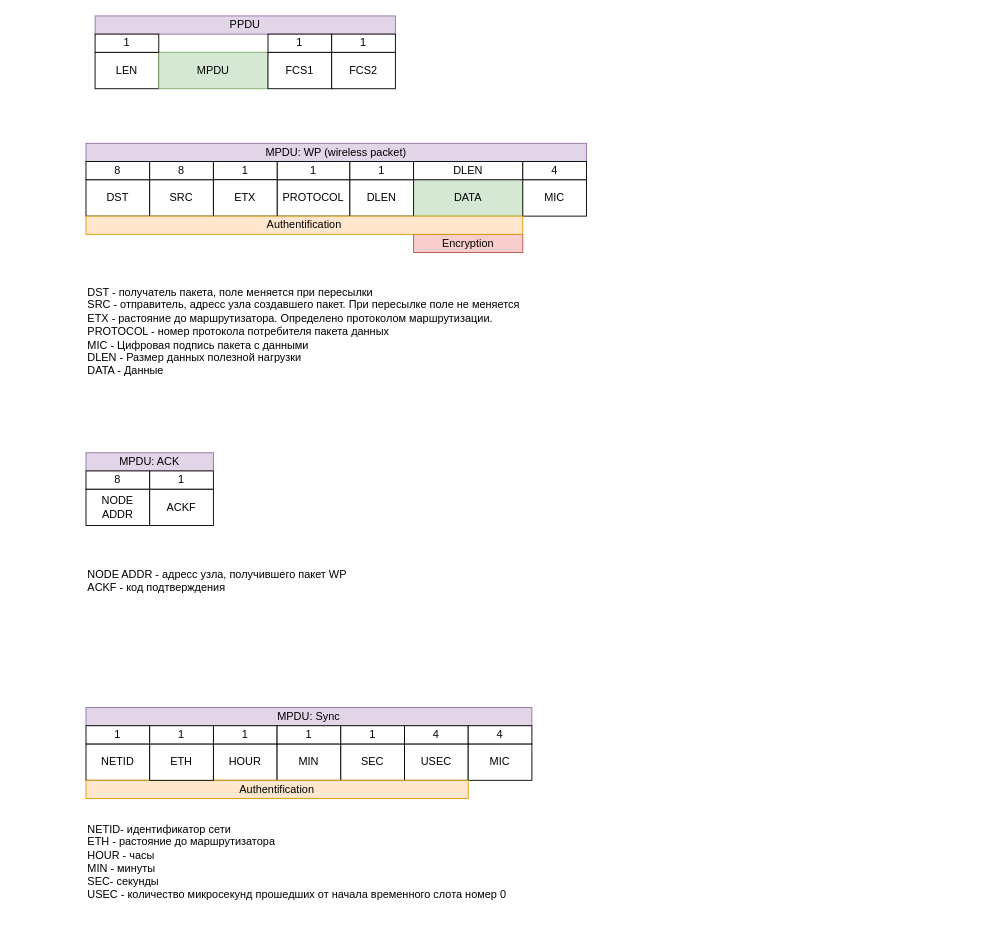
This is page "Packet" (1 of 2) of documentation/protocol/network frames.drawio from saurex83/WMNU, a draw.io file, before an edit. Source tidied: cells renumbered, new cells numbered last; positions are measured from the earlier drawing's top-left corner, leaving out a move shared by most shapes. Both pictures are drawn from the tidied source at 91%, with x=0, y=0 at pixel (86, 15).
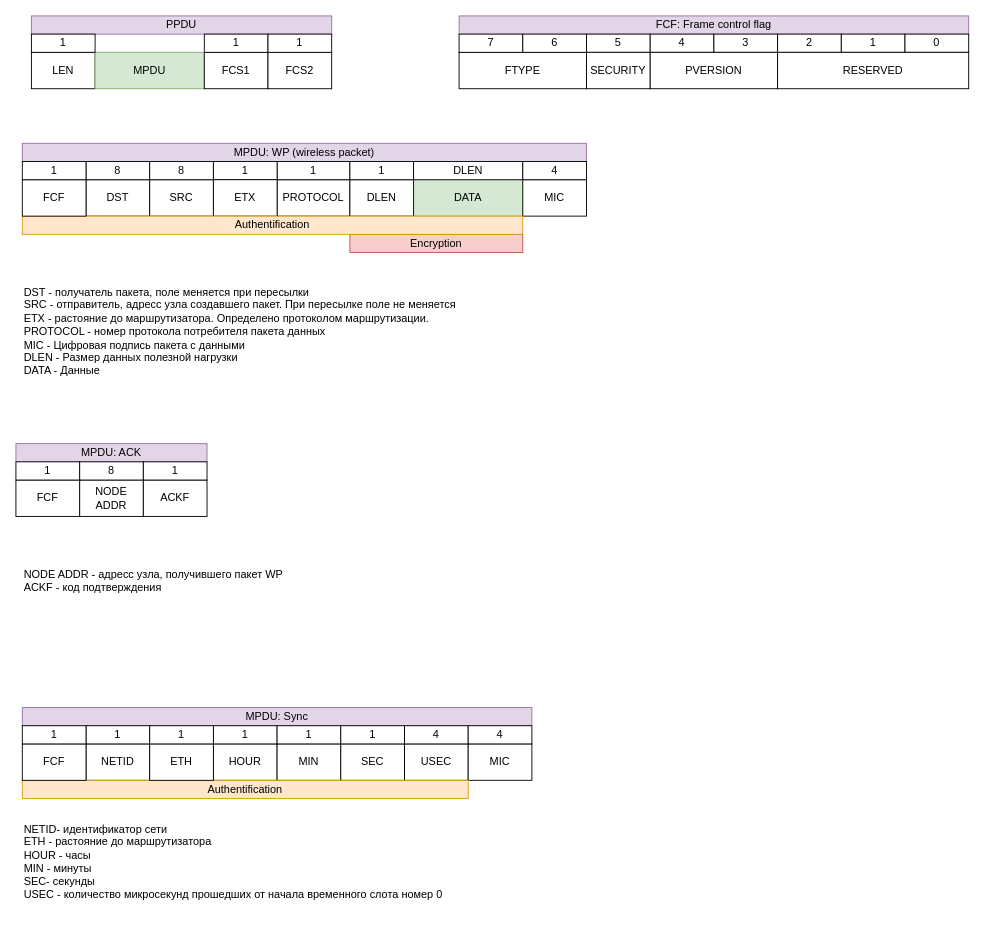
After the change.

The edit, as a diff of the source:
```diff
@@
     <mxCell id="2" value="LEN" style="rounded=0;whiteSpace=wrap;html=1;" parent="1" vertex="1">
-      <mxGeometry x="10" y="40" width="70" height="40" as="geometry" />
+      <mxGeometry x="-60" y="40" width="70" height="40" as="geometry" />
     </mxCell>
     <mxCell id="3" value="MPDU" style="rounded=0;whiteSpace=wrap;html=1;fillColor=#d5e8d4;strokeColor=#82b366;" parent="1" vertex="1">
-      <mxGeometry x="80" y="40" width="120" height="40" as="geometry" />
+      <mxGeometry x="10" y="40" width="120" height="40" as="geometry" />
     </mxCell>
     <mxCell id="4" value="FCS1" style="rounded=0;whiteSpace=wrap;html=1;" parent="1" vertex="1">
-      <mxGeometry x="200" y="40" width="70" height="40" as="geometry" />
+      <mxGeometry x="130" y="40" width="70" height="40" as="geometry" />
     </mxCell>
     <mxCell id="5" value="FCS2" style="rounded=0;whiteSpace=wrap;html=1;" parent="1" vertex="1">
-      <mxGeometry x="270" y="40" width="70" height="40" as="geometry" />
+      <mxGeometry x="200" y="40" width="70" height="40" as="geometry" />
     </mxCell>
     <mxCell id="6" value="PPDU" style="rounded=0;whiteSpace=wrap;html=1;fillColor=#e1d5e7;strokeColor=#9673a6;" parent="1" vertex="1">
-      <mxGeometry x="10" width="330" height="20" as="geometry" />
+      <mxGeometry x="-60" width="330" height="20" as="geometry" />
     </mxCell>
@@
     <mxCell id="11" value="MPDU: WP (wireless packet)" style="rounded=0;whiteSpace=wrap;html=1;fillColor=#e1d5e7;strokeColor=#9673a6;" parent="1" vertex="1">
-      <mxGeometry y="140" width="550" height="20" as="geometry" />
+      <mxGeometry x="-70" y="140" width="620" height="20" as="geometry" />
     </mxCell>
     <mxCell id="12" value="1" style="rounded=0;whiteSpace=wrap;html=1;" parent="1" vertex="1">
-      <mxGeometry x="10" y="20" width="70" height="20" as="geometry" />
+      <mxGeometry x="-60" y="20" width="70" height="20" as="geometry" />
     </mxCell>
     <mxCell id="13" value="1" style="rounded=0;whiteSpace=wrap;html=1;" parent="1" vertex="1">
-      <mxGeometry x="200" y="20" width="70" height="20" as="geometry" />
+      <mxGeometry x="130" y="20" width="70" height="20" as="geometry" />
     </mxCell>
     <mxCell id="14" value="1" style="rounded=0;whiteSpace=wrap;html=1;" parent="1" vertex="1">
-      <mxGeometry x="270" y="20" width="70" height="20" as="geometry" />
+      <mxGeometry x="200" y="20" width="70" height="20" as="geometry" />
     </mxCell>
@@
     <mxCell id="25" value="DST - получатель пакета, поле меняется при пересылки&lt;br&gt;SRC - отправитель, адресс узла создавшего пакет. При пересылке поле не меняется&lt;br&gt;ETX - растояние до маршрутизатора. Определено протоколом маршрутизации.&lt;br&gt;PROTOCOL - номер протокола потребителя пакета данных&lt;br&gt;MIC - Цифровая подпись пакета с данными&lt;br&gt;DLEN - Размер данных полезной нагрузки&lt;br&gt;DATA - Данные&amp;nbsp;&amp;nbsp;" style="text;html=1;strokeColor=none;fillColor=none;align=left;verticalAlign=top;whiteSpace=wrap;rounded=0;" parent="1" vertex="1">
-      <mxGeometry y="290" width="540" height="140" as="geometry" />
+      <mxGeometry x="-70" y="290" width="540" height="140" as="geometry" />
     </mxCell>
     <mxCell id="26" value="NODE ADDR" style="rounded=0;whiteSpace=wrap;html=1;" parent="1" vertex="1">
-      <mxGeometry y="520" width="70" height="40" as="geometry" />
+      <mxGeometry x="-7" y="510" width="70" height="40" as="geometry" />
     </mxCell>
     <mxCell id="27" value="ACKF" style="rounded=0;whiteSpace=wrap;html=1;" parent="1" vertex="1">
-      <mxGeometry x="70" y="520" width="70" height="40" as="geometry" />
+      <mxGeometry x="63" y="510" width="70" height="40" as="geometry" />
     </mxCell>
     <mxCell id="28" value="MPDU: ACK" style="rounded=0;whiteSpace=wrap;html=1;fillColor=#e1d5e7;strokeColor=#9673a6;" parent="1" vertex="1">
-      <mxGeometry y="480" width="140" height="20" as="geometry" />
+      <mxGeometry x="-77" y="470" width="210" height="20" as="geometry" />
     </mxCell>
     <mxCell id="29" value="8" style="rounded=0;whiteSpace=wrap;html=1;" parent="1" vertex="1">
-      <mxGeometry y="500" width="70" height="20" as="geometry" />
+      <mxGeometry x="-7" y="490" width="70" height="20" as="geometry" />
     </mxCell>
     <mxCell id="30" value="1" style="rounded=0;whiteSpace=wrap;html=1;" parent="1" vertex="1">
-      <mxGeometry x="70" y="500" width="70" height="20" as="geometry" />
+      <mxGeometry x="63" y="490" width="70" height="20" as="geometry" />
     </mxCell>
     <mxCell id="31" value="NODE ADDR - адресс узла, получившего пакет WP&lt;br&gt;ACKF - код подтверждения" style="text;html=1;strokeColor=none;fillColor=none;align=left;verticalAlign=top;whiteSpace=wrap;rounded=0;" parent="1" vertex="1">
-      <mxGeometry y="600" width="540" height="60" as="geometry" />
+      <mxGeometry x="-70" y="600" width="540" height="60" as="geometry" />
     </mxCell>
     <mxCell id="32" value="Encryption" style="rounded=0;whiteSpace=wrap;html=1;fillColor=#f8cecc;strokeColor=#b85450;" parent="1" vertex="1">
-      <mxGeometry x="360" y="240" width="120" height="20" as="geometry" />
+      <mxGeometry x="290" y="240" width="190" height="20" as="geometry" />
     </mxCell>
     <mxCell id="33" value="Authentification" style="rounded=0;whiteSpace=wrap;html=1;fillColor=#ffe6cc;strokeColor=#d79b00;" parent="1" vertex="1">
-      <mxGeometry y="220" width="480" height="20" as="geometry" />
+      <mxGeometry x="-70" y="220" width="550" height="20" as="geometry" />
     </mxCell>
@@
     <mxCell id="36" value="MPDU: Sync" style="rounded=0;whiteSpace=wrap;html=1;fillColor=#e1d5e7;strokeColor=#9673a6;" parent="1" vertex="1">
-      <mxGeometry y="760" width="490" height="20" as="geometry" />
+      <mxGeometry x="-70" y="760" width="560" height="20" as="geometry" />
     </mxCell>
@@
     <mxCell id="45" value="NETID- идентификатор сети&lt;br&gt;ETH - растояние до маршрутизатора&lt;br&gt;HOUR - часы&lt;br&gt;MIN - минуты&lt;br&gt;SEC- секунды&lt;br&gt;USEC - количество микросекунд прошедших от начала временного слота номер 0&lt;br&gt;" style="text;html=1;strokeColor=none;fillColor=none;align=left;verticalAlign=top;whiteSpace=wrap;rounded=0;" parent="1" vertex="1">
-      <mxGeometry y="880" width="540" height="120" as="geometry" />
+      <mxGeometry x="-70" y="880" width="540" height="120" as="geometry" />
     </mxCell>
@@
     <mxCell id="48" value="Authentification" style="rounded=0;whiteSpace=wrap;html=1;fillColor=#ffe6cc;strokeColor=#d79b00;" parent="1" vertex="1">
-      <mxGeometry y="840" width="420" height="20" as="geometry" />
+      <mxGeometry x="-70" y="840" width="490" height="20" as="geometry" />
     </mxCell>
@@
+    <mxCell id="51" value="FTYPE" style="rounded=0;whiteSpace=wrap;html=1;" parent="1" vertex="1">
+      <mxGeometry x="410" y="40" width="140" height="40" as="geometry" />
+    </mxCell>
+    <mxCell id="52" value="FCF: Frame control flag" style="rounded=0;whiteSpace=wrap;html=1;fillColor=#e1d5e7;strokeColor=#9673a6;" parent="1" vertex="1">
+      <mxGeometry x="410" width="560" height="20" as="geometry" />
+    </mxCell>
+    <mxCell id="53" value="7" style="rounded=0;whiteSpace=wrap;html=1;" parent="1" vertex="1">
+      <mxGeometry x="410" y="20" width="70" height="20" as="geometry" />
+    </mxCell>
+    <mxCell id="54" value="6" style="rounded=0;whiteSpace=wrap;html=1;" parent="1" vertex="1">
+      <mxGeometry x="480" y="20" width="70" height="20" as="geometry" />
+    </mxCell>
+    <mxCell id="55" value="5" style="rounded=0;whiteSpace=wrap;html=1;" parent="1" vertex="1">
+      <mxGeometry x="550" y="20" width="70" height="20" as="geometry" />
+    </mxCell>
+    <mxCell id="56" value="4" style="rounded=0;whiteSpace=wrap;html=1;" parent="1" vertex="1">
+      <mxGeometry x="620" y="20" width="70" height="20" as="geometry" />
+    </mxCell>
+    <mxCell id="57" value="3" style="rounded=0;whiteSpace=wrap;html=1;" parent="1" vertex="1">
+      <mxGeometry x="690" y="20" width="70" height="20" as="geometry" />
+    </mxCell>
+    <mxCell id="58" value="2" style="rounded=0;whiteSpace=wrap;html=1;" parent="1" vertex="1">
+      <mxGeometry x="760" y="20" width="70" height="20" as="geometry" />
+    </mxCell>
+    <mxCell id="59" value="1" style="rounded=0;whiteSpace=wrap;html=1;" parent="1" vertex="1">
+      <mxGeometry x="830" y="20" width="70" height="20" as="geometry" />
+    </mxCell>
+    <mxCell id="60" value="0" style="rounded=0;whiteSpace=wrap;html=1;" parent="1" vertex="1">
+      <mxGeometry x="900" y="20" width="70" height="20" as="geometry" />
+    </mxCell>
+    <mxCell id="61" value="SECURITY" style="rounded=0;whiteSpace=wrap;html=1;" parent="1" vertex="1">
+      <mxGeometry x="550" y="40" width="70" height="40" as="geometry" />
+    </mxCell>
+    <mxCell id="62" value="PVERSION" style="rounded=0;whiteSpace=wrap;html=1;" parent="1" vertex="1">
+      <mxGeometry x="620" y="40" width="140" height="40" as="geometry" />
+    </mxCell>
+    <mxCell id="63" value="RESERVED" style="rounded=0;whiteSpace=wrap;html=1;" parent="1" vertex="1">
+      <mxGeometry x="760" y="40" width="210" height="40" as="geometry" />
+    </mxCell>
+    <mxCell id="64" value="FCF" style="rounded=0;whiteSpace=wrap;html=1;" parent="1" vertex="1">
+      <mxGeometry x="-70" y="180" width="70" height="40" as="geometry" />
+    </mxCell>
+    <mxCell id="65" value="1" style="rounded=0;whiteSpace=wrap;html=1;" parent="1" vertex="1">
+      <mxGeometry x="-70" y="160" width="70" height="20" as="geometry" />
+    </mxCell>
+    <mxCell id="66" value="FCF" style="rounded=0;whiteSpace=wrap;html=1;" parent="1" vertex="1">
+      <mxGeometry x="-77" y="510" width="70" height="40" as="geometry" />
+    </mxCell>
+    <mxCell id="67" value="1" style="rounded=0;whiteSpace=wrap;html=1;" parent="1" vertex="1">
+      <mxGeometry x="-77" y="490" width="70" height="20" as="geometry" />
+    </mxCell>
+    <mxCell id="68" value="FCF" style="rounded=0;whiteSpace=wrap;html=1;" parent="1" vertex="1">
+      <mxGeometry x="-70" y="800" width="70" height="40" as="geometry" />
+    </mxCell>
+    <mxCell id="69" value="1" style="rounded=0;whiteSpace=wrap;html=1;" parent="1" vertex="1">
+      <mxGeometry x="-70" y="780" width="70" height="20" as="geometry" />
+    </mxCell>
```
